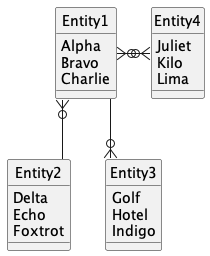
joelparkerhenderson/plantuml-examples keeps this PlantUML diagram as doc/entity-relationship-diagram/entity-relationship-diagram.plantuml.png. Above is the earlier version.
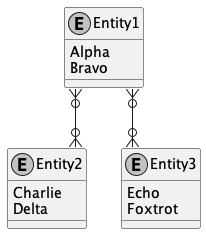
After the change.

The edit, as a diff of the source:
```diff
@@ -1,28 +1,18 @@
 @startuml
 skinparam monochrome true
 skinparam linetype ortho
-hide circle
 entity Entity1 {
   Alpha
   Bravo
-  Charlie
 }
 entity Entity2 {
+  Charlie
   Delta
+}
+entity Entity3 {
   Echo
   Foxtrot
 }
-entity Entity3 {
-  Golf
-  Hotel
-  Indigo
-}
-entity Entity4 {
-  Juliet
-  Kilo
-  Lima
-}
-Entity1 }o-- Entity2
-Entity1 --o{ Entity3
-Entity1 }o-o{ Entity4
+Entity1 }o-down-o{ Entity2
+Entity1 }o-down-o{ Entity3
 @enduml
```
